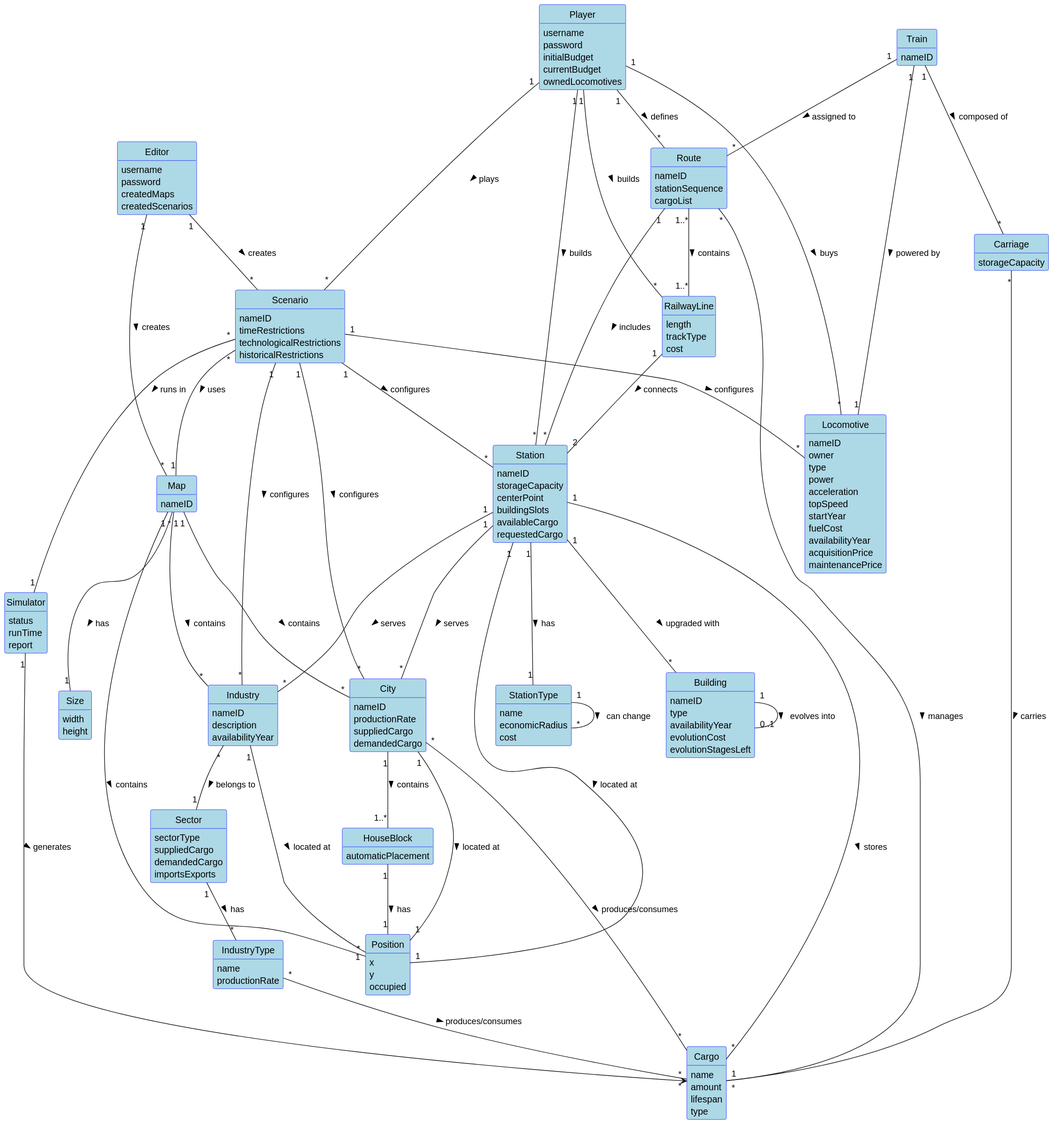
Above: docs/system-documentation/global-artifacts/02.analysis/svg/DomainModel.svg in HenriqueSilva18/Railway-Network-Simulator (PlantUML), before the change.
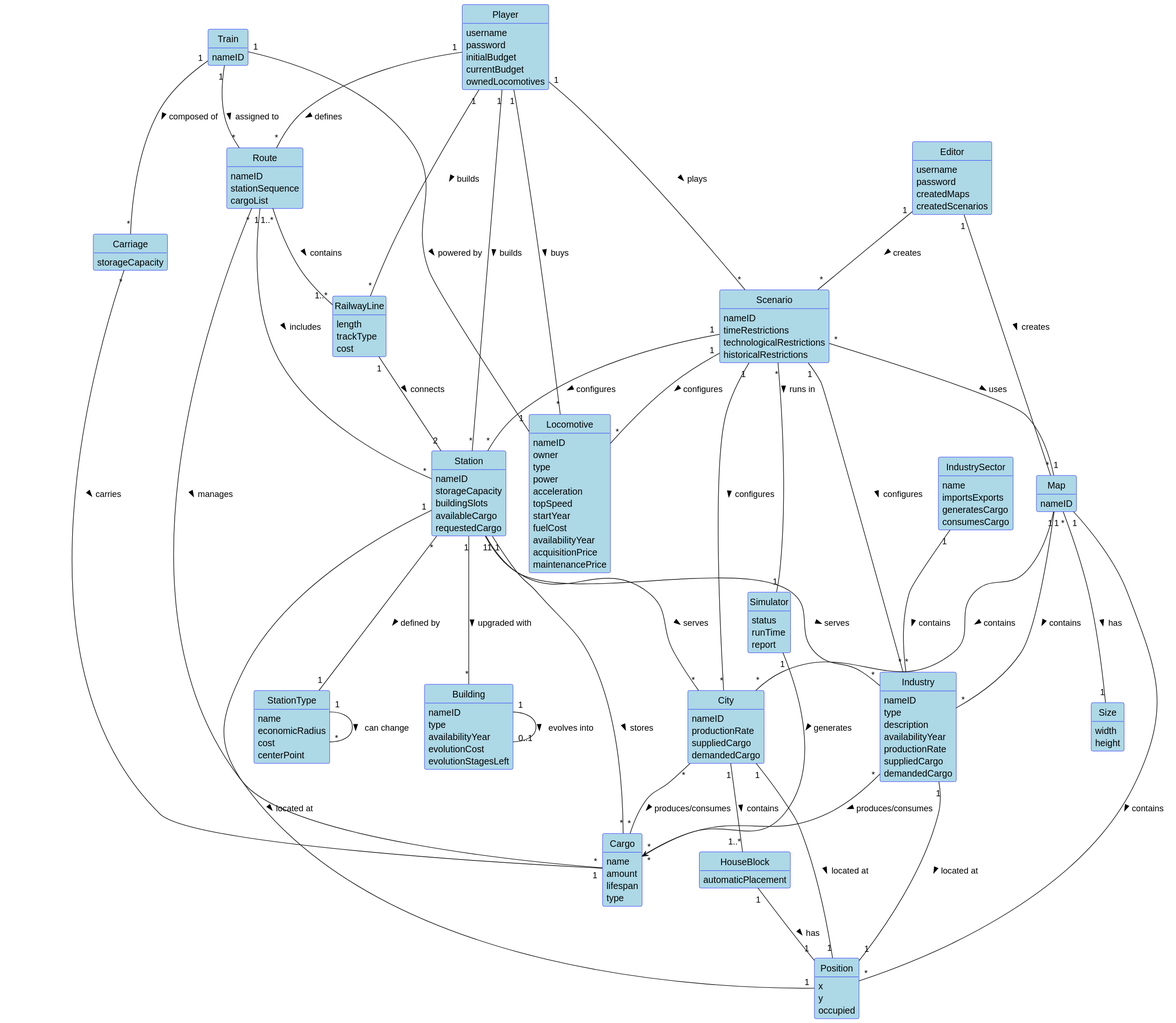
After the commit.

Commit message:
Domain Model minor corrections

The edit, as a diff of the source:
```diff
@@ -68,13 +68,19 @@
 
 class Industry {
   nameID
+  type
   description
   availabilityYear
+  productionRate
+  suppliedCargo
+  demandedCargo
 }
 
-class IndustryType {
+class IndustrySector {
   name
-  productionRate
+  importsExports
+  generatesCargo
+  consumesCargo
 }
 
 class Cargo {
@@ -87,7 +93,6 @@
 class Station {
   nameID
   storageCapacity
-  centerPoint
   buildingSlots
   availableCargo
   requestedCargo
@@ -97,6 +102,7 @@
   name
   economicRadius
   cost
+  centerPoint
 }
 
 class Building {
@@ -125,13 +131,6 @@
   availabilityYear
   acquisitionPrice
   maintenancePrice
-}
-
-class Sector {
-  sectorType
-  suppliedCargo
-  demandedCargo
-  importsExports
 }
 
 class Train {
@@ -185,12 +184,11 @@
 Map "1" -- "*" Position : contains >
 City "1" -- "1..*" HouseBlock : contains >
 HouseBlock "1" -- "1" Position : has >
-Industry "*" -- "1" Sector : belongs to >
+IndustrySector "1" -- "*" Industry : contains >
 
-Sector "1" -- "*" IndustryType : has >
-IndustryType "*" -- "*" Cargo : produces/consumes >
+Industry "*" -- "*" Cargo : produces/consumes >
 
-Station "1" -- "1" StationType : has >
+Station "*" -- "1" StationType : defined by >
 
 StationType "1" -- "*" StationType : can change >
 @enduml
```
